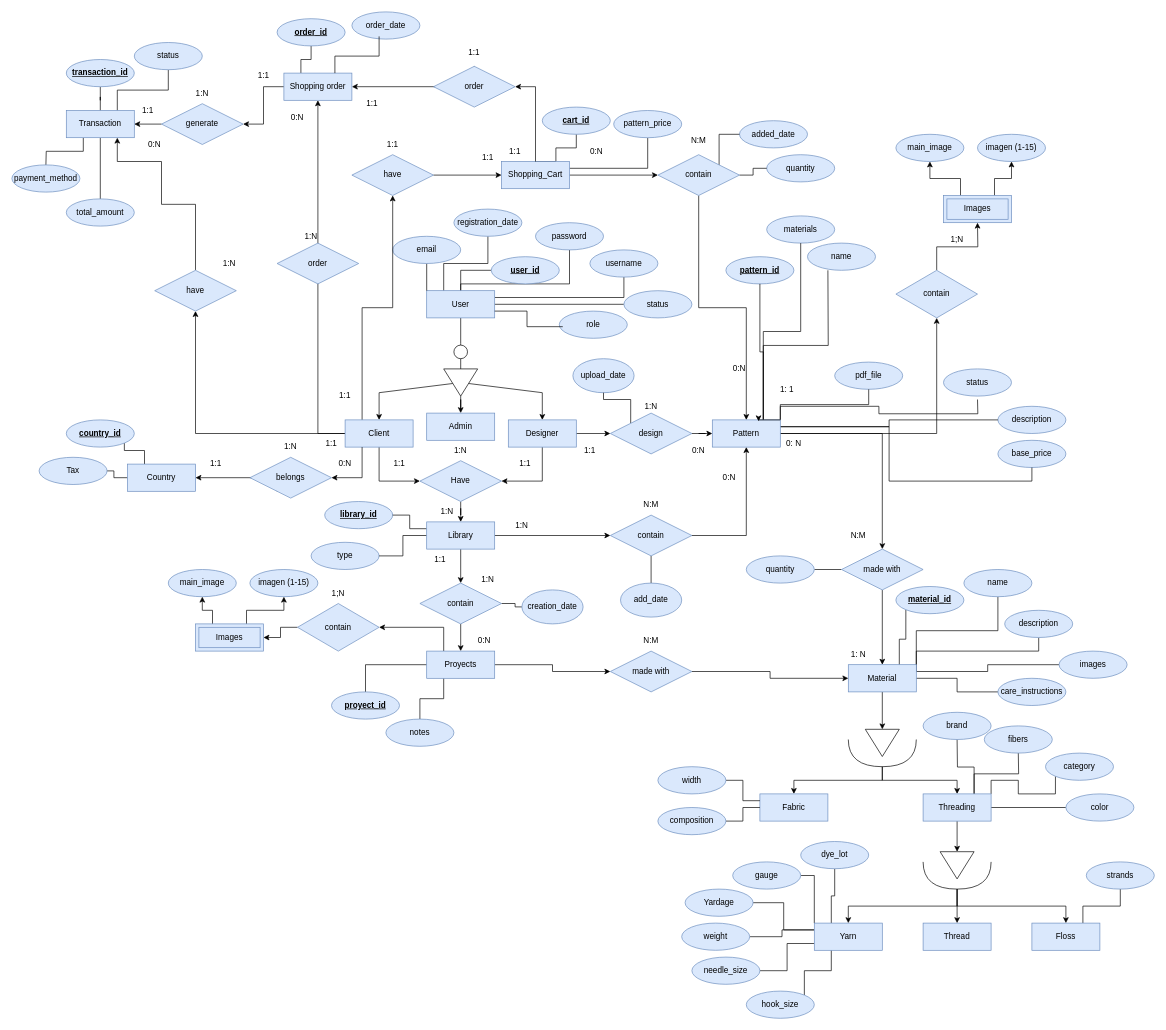
This is Modelo Entidad Relacion.drawio from BelAndBits/StitchNetwork, a draw.io file, before an edit. Source tidied: cells renumbered, new cells numbered last; positions are measured from the earlier drawing's top-left corner, leaving out a move shared by most shapes. Both pictures are drawn from the tidied source at 68%, with x=0, y=0 at pixel (12, 12).
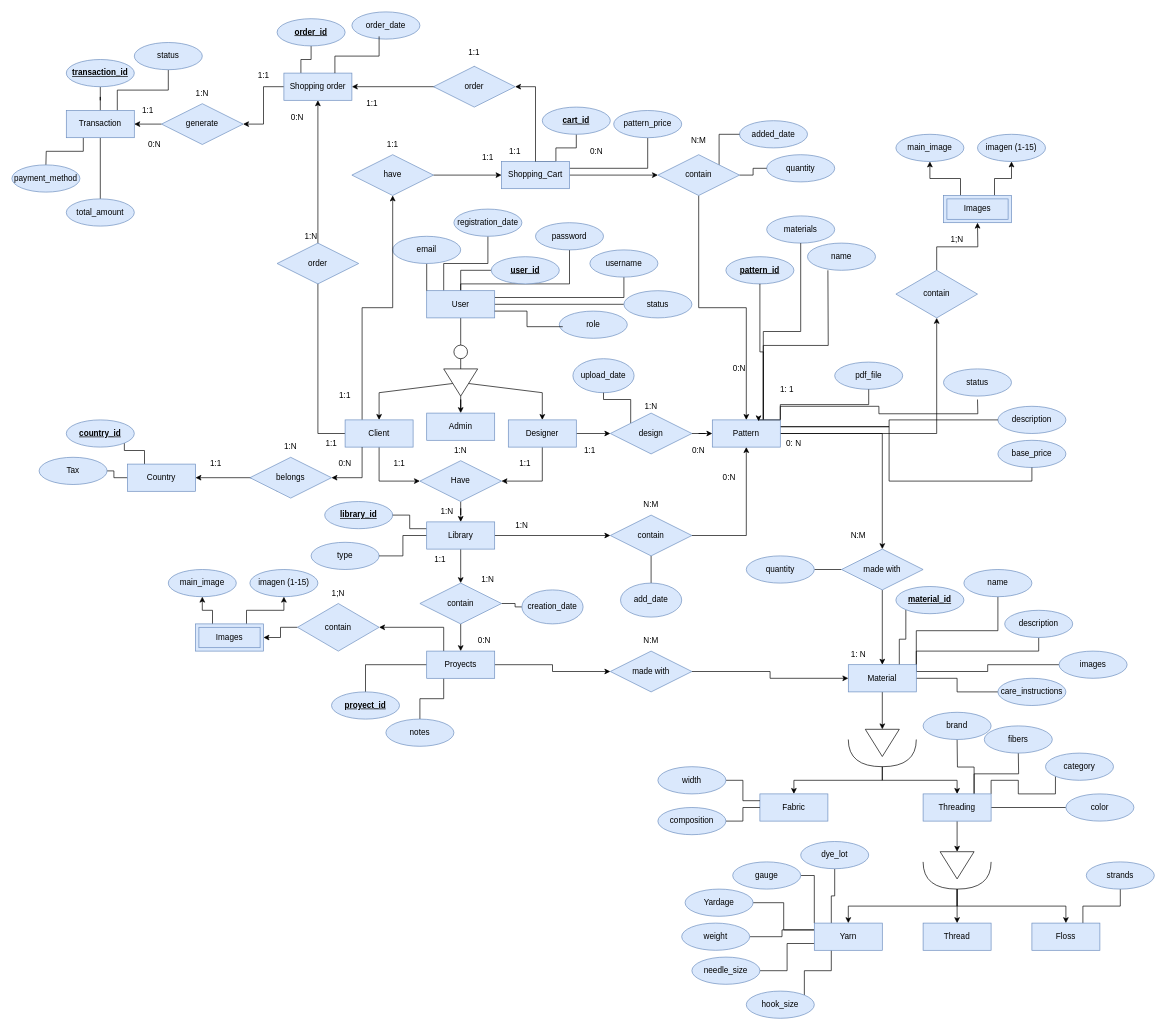
Above is the later version.

The change refers to these unchanged cells:
```xml
<mxCell id="27" value="&lt;div&gt;Client&lt;/div&gt;" style="whiteSpace=wrap;html=1;align=center;fillColor=#dae8fc;strokeColor=#6c8ebf;" parent="1" vertex="1">
  <mxGeometry x="490" y="600" width="100" height="40" as="geometry" />
</mxCell>
<mxCell id="141" value="Transaction" style="whiteSpace=wrap;html=1;align=center;fillColor=#dae8fc;strokeColor=#6c8ebf;" parent="1" vertex="1">
  <mxGeometry x="80" y="145" width="100" height="40" as="geometry" />
</mxCell>
```

Change to the diagram source:
```diff
@@
-    <mxCell id="25" style="edgeStyle=orthogonalEdgeStyle;rounded=0;jettySize=auto;html=1;exitX=0;exitY=0.5;exitDx=0;exitDy=0;entryX=0.5;entryY=1;entryDx=0;entryDy=0;" parent="1" edge="1" source="27" target="223">
-      <mxGeometry relative="1" as="geometry" />
-    </mxCell>
@@
-    <mxCell id="222" style="edgeStyle=orthogonalEdgeStyle;rounded=0;jettySize=auto;html=1;exitX=0.5;exitY=0;exitDx=0;exitDy=0;entryX=0.75;entryY=1;entryDx=0;entryDy=0;" parent="1" edge="1" source="223" target="141">
-      <mxGeometry relative="1" as="geometry">
-        <Array as="points">
-          <mxPoint x="270" y="283" />
-          <mxPoint x="220" y="283" />
-          <mxPoint x="220" y="220" />
-          <mxPoint x="155" y="220" />
-        </Array>
-      </mxGeometry>
-    </mxCell>
-    <mxCell id="223" value="&lt;div&gt;have&lt;/div&gt;" style="shape=rhombus;perimeter=rhombusPerimeter;whiteSpace=wrap;html=1;align=center;fillColor=#dae8fc;strokeColor=#6c8ebf;" parent="1" vertex="1">
-      <mxGeometry x="210" y="380" width="120" height="60" as="geometry" />
-    </mxCell>
@@
-    <mxCell id="226" value="1:N" style="text;html=1;align=center;verticalAlign=middle;whiteSpace=wrap;rounded=0;" parent="1" vertex="1">
-      <mxGeometry x="290" y="355" width="60" height="30" as="geometry" />
-    </mxCell>
```
